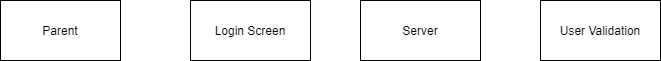
Above: Deliverables/Week_3/Use_Case/Parent/Sequence Diagrams/Registration.png in Hanandrof/Group-3-Repository (draw.io), before the change. Source tidied: cells renumbered, new cells last; positions are measured from the earlier drawing's top-left corner, leaving out a move shared by most shapes. Its diagram source:
```xml
<mxGraphModel>
  <root>
    <mxCell id="0" />
    <mxCell id="1" parent="0" />
    <mxCell id="2" value="Parent" style="rounded=0;whiteSpace=wrap;html=1;" parent="1" vertex="1">
      <mxGeometry width="120" height="60" as="geometry" />
    </mxCell>
    <mxCell id="3" value="Server" style="rounded=0;whiteSpace=wrap;html=1;" parent="1" vertex="1">
      <mxGeometry x="360" width="120" height="60" as="geometry" />
    </mxCell>
    <mxCell id="4" value="Login Screen" style="rounded=0;whiteSpace=wrap;html=1;" parent="1" vertex="1">
      <mxGeometry x="190" width="120" height="60" as="geometry" />
    </mxCell>
    <mxCell id="5" value="User Validation" style="rounded=0;whiteSpace=wrap;html=1;" parent="1" vertex="1">
      <mxGeometry x="540" width="120" height="60" as="geometry" />
    </mxCell>
  </root>
</mxGraphModel>
```
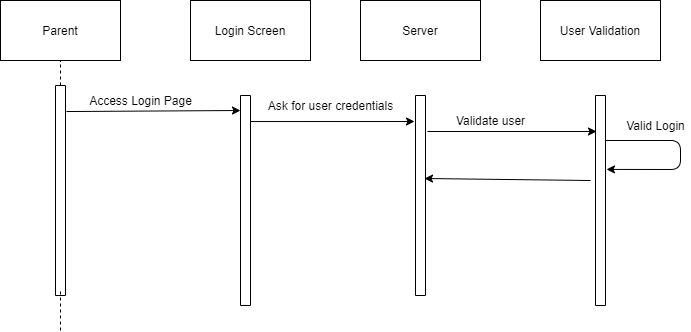
After the commit.

Change to the diagram source:
```diff
@@ -14,5 +14,66 @@
     <mxCell id="5" value="User Validation" style="rounded=0;whiteSpace=wrap;html=1;" parent="1" vertex="1">
       <mxGeometry x="540" width="120" height="60" as="geometry" />
     </mxCell>
+    <mxCell id="6" style="rounded=0;whiteSpace=wrap;html=1;direction=south;" parent="1" vertex="1">
+      <mxGeometry x="55" y="85" width="10" height="210" as="geometry" />
+    </mxCell>
+    <mxCell id="7" style="rounded=0;whiteSpace=wrap;html=1;direction=south;" parent="1" vertex="1">
+      <mxGeometry x="240" y="95" width="10" height="210" as="geometry" />
+    </mxCell>
+    <mxCell id="8" style="rounded=0;whiteSpace=wrap;html=1;direction=south;" parent="1" vertex="1">
+      <mxGeometry x="415" y="95" width="10" height="200" as="geometry" />
+    </mxCell>
+    <mxCell id="9" style="rounded=0;whiteSpace=wrap;html=1;direction=south;" parent="1" vertex="1">
+      <mxGeometry x="595" y="95" width="10" height="210" as="geometry" />
+    </mxCell>
+    <mxCell id="10" style="endArrow=none;dashed=1;html=1;entryX=0.5;entryY=1;entryDx=0;entryDy=0;exitX=0;exitY=0.5;exitDx=0;exitDy=0;" parent="1" edge="1" source="6" target="2">
+      <mxGeometry relative="1" as="geometry" />
+    </mxCell>
+    <mxCell id="11" style="endArrow=none;dashed=1;html=1;entryX=0.5;entryY=1;entryDx=0;entryDy=0;" parent="1" edge="1">
+      <mxGeometry relative="1" as="geometry">
+        <mxPoint x="60" y="330" as="sourcePoint" />
+        <mxPoint x="60" y="290" as="targetPoint" />
+      </mxGeometry>
+    </mxCell>
+    <mxCell id="12" style="endArrow=classic;html=1;exitX=0.124;exitY=-0.1;exitDx=0;exitDy=0;exitPerimeter=0;" parent="1" edge="1" source="6">
+      <mxGeometry relative="1" as="geometry">
+        <mxPoint x="240" y="110" as="targetPoint" />
+      </mxGeometry>
+    </mxCell>
+    <mxCell id="13" value="Access Login Page" style="text;html=1;align=center;verticalAlign=middle;" parent="1" vertex="1">
+      <mxGeometry x="80" y="90" width="120" height="20" as="geometry" />
+    </mxCell>
+    <mxCell id="14" style="endArrow=classic;html=1;strokeColor=#000000;exitX=0.124;exitY=0;exitDx=0;exitDy=0;exitPerimeter=0;entryX=0.13;entryY=1.1;entryDx=0;entryDy=0;entryPerimeter=0;" parent="1" edge="1" source="7" target="8">
+      <mxGeometry relative="1" as="geometry" />
+    </mxCell>
+    <mxCell id="15" value="Ask for user credentials" style="text;html=1;align=center;verticalAlign=middle;" parent="1" vertex="1">
+      <mxGeometry x="260" y="95" width="140" height="20" as="geometry" />
+    </mxCell>
+    <mxCell id="16" style="endArrow=classic;html=1;strokeColor=#000000;" parent="1" edge="1">
+      <mxGeometry relative="1" as="geometry">
+        <mxPoint x="427" y="131" as="sourcePoint" />
+        <mxPoint x="596" y="131" as="targetPoint" />
+      </mxGeometry>
+    </mxCell>
+    <mxCell id="17" value="Validate user" style="text;html=1;align=center;verticalAlign=middle;" parent="1" vertex="1">
+      <mxGeometry x="450" y="110" width="80" height="20" as="geometry" />
+    </mxCell>
+    <mxCell id="18" style="endArrow=classic;html=1;strokeColor=#000000;entryX=0.352;entryY=-0.1;entryDx=0;entryDy=0;entryPerimeter=0;" parent="1" edge="1" target="9">
+      <mxGeometry relative="1" as="geometry">
+        <mxPoint x="605" y="140" as="sourcePoint" />
+        <Array as="points">
+          <mxPoint x="680" y="140" />
+          <mxPoint x="680" y="169" />
+        </Array>
+      </mxGeometry>
+    </mxCell>
+    <mxCell id="19" value="Valid Login" style="text;html=1;align=center;verticalAlign=middle;" parent="1" vertex="1">
+      <mxGeometry x="620" y="115" width="70" height="20" as="geometry" />
+    </mxCell>
+    <mxCell id="20" style="endArrow=classic;html=1;strokeColor=#000000;entryX=0.415;entryY=0.1;entryDx=0;entryDy=0;entryPerimeter=0;" parent="1" edge="1" target="8">
+      <mxGeometry relative="1" as="geometry">
+        <mxPoint x="590" y="180" as="sourcePoint" />
+      </mxGeometry>
+    </mxCell>
   </root>
 </mxGraphModel>
```
